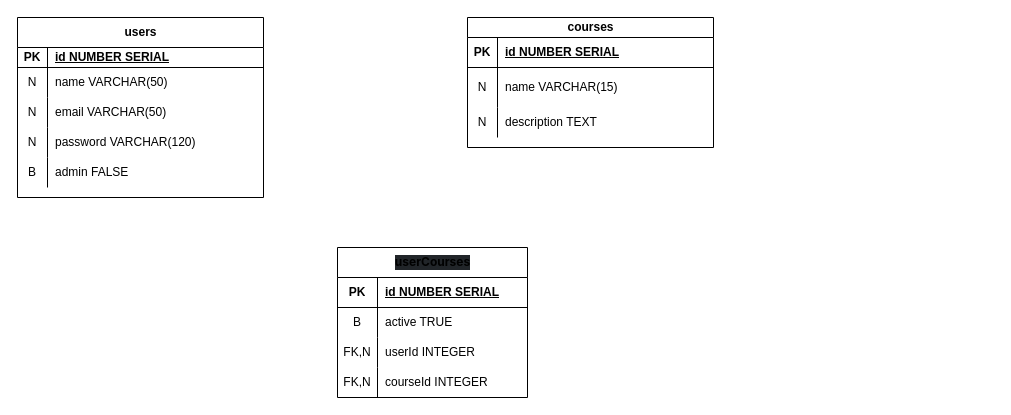
Above: Diagrama sem nome.drawio in pedrogabrielbacili/meu_primeiro_DER (draw.io), before the change. Source tidied: cells renumbered, new cells numbered last; positions are measured from the earlier drawing's top-left corner, leaving out a move shared by most shapes. Both pictures are drawn from the tidied source at 100%, with x=0, y=0 at pixel (17, 17).
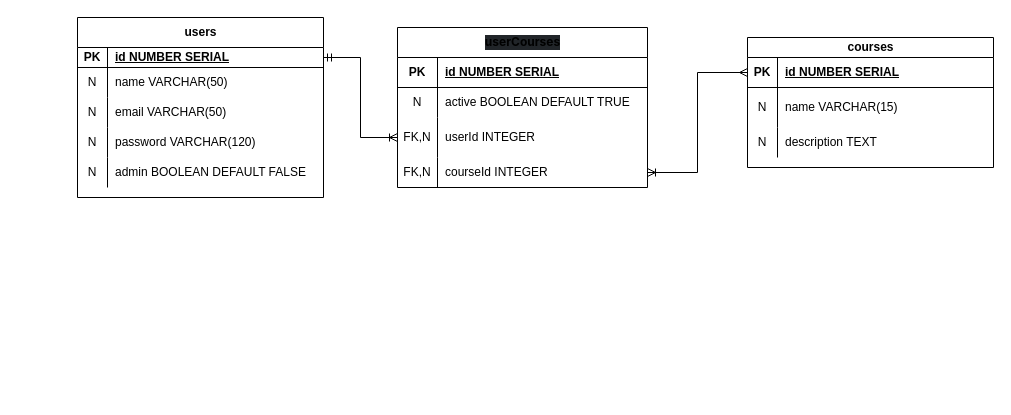
Above is the later version.

Unchanged cells that the change refers to:
```xml
<mxCell id="3" style="shape=tableRow;horizontal=0;startSize=0;swimlaneHead=0;swimlaneBody=0;fillColor=none;points=[[0,0.5],[1,0.5]];portConstraint=eastwest;top=0;left=0;right=0;bottom=1;" parent="2" vertex="1">
  <mxGeometry y="30" width="246" height="20" as="geometry" />
</mxCell>
<mxCell id="15" style="shape=tableRow;horizontal=0;startSize=0;swimlaneHead=0;swimlaneBody=0;fillColor=none;top=0;left=0;right=0;bottom=0;" parent="2" vertex="1">
  <mxGeometry y="140" width="246" height="30" as="geometry" />
</mxCell>
<mxCell id="19" style="shape=tableRow;horizontal=0;startSize=0;swimlaneHead=0;swimlaneBody=0;fillColor=none;points=[[0,0.5],[1,0.5]];portConstraint=eastwest;top=0;left=0;right=0;bottom=1;" parent="18" vertex="1">
  <mxGeometry y="20" width="246" height="30" as="geometry" />
</mxCell>
```

The edit, as a diff of the source:
```diff
@@
     <mxCell id="2" value="users" style="shape=table;startSize=30;childLayout=tableLayout;rowLines=0;fontStyle=1;align=center;html=1;" parent="1" vertex="1">
-      <mxGeometry width="246" height="180" as="geometry" />
+      <mxGeometry x="60" width="246" height="180" as="geometry" />
     </mxCell>
@@
-    <mxCell id="16" value="B" style="shape=partialRectangle;fillColor=none;top=0;left=0;bottom=0;right=0;overflow=hidden;whiteSpace=wrap;html=1;" parent="15" vertex="1">
+    <mxCell id="16" value="N" style="shape=partialRectangle;fillColor=none;top=0;left=0;bottom=0;right=0;overflow=hidden;whiteSpace=wrap;html=1;" parent="15" vertex="1">
       <mxGeometry width="30" height="30" as="geometry" />
     </mxCell>
-    <mxCell id="17" value="admin FALSE" style="shape=partialRectangle;fillColor=none;top=0;left=0;bottom=0;right=0;align=left;spacingLeft=6;overflow=hidden;whiteSpace=wrap;html=1;" parent="15" vertex="1">
+    <mxCell id="17" value="admin BOOLEAN DEFAULT FALSE" style="shape=partialRectangle;fillColor=none;top=0;left=0;bottom=0;right=0;align=left;spacingLeft=6;overflow=hidden;whiteSpace=wrap;html=1;" parent="15" vertex="1">
       <mxGeometry x="30" width="216" height="30" as="geometry" />
     </mxCell>
     <mxCell id="18" value="courses" style="shape=table;startSize=20;childLayout=tableLayout;rowLines=0;fontStyle=1;align=center;html=1;" parent="1" vertex="1">
-      <mxGeometry x="450" width="246" height="130" as="geometry" />
+      <mxGeometry x="730" y="20" width="246" height="130" as="geometry" />
     </mxCell>
@@
     <mxCell id="28" value="&lt;h4 style=&quot;margin: 0px; padding: 0px; font-family: Inter, ui-sans-serif, system-ui, -apple-system, BlinkMacSystemFont, &amp;quot;Segoe UI&amp;quot;, Roboto, &amp;quot;Helvetica Neue&amp;quot;, Arial, &amp;quot;Noto Sans&amp;quot;, sans-serif, &amp;quot;Apple Color Emoji&amp;quot;, &amp;quot;Segoe UI Emoji&amp;quot;, &amp;quot;Segoe UI Symbol&amp;quot;, &amp;quot;Noto Color emoji&amp;quot;; box-sizing: border-box; scroll-behavior: smooth; font-size: var(--fontSizes-title4); color: var(--colors-grey1); text-align: start; background-color: rgb(33, 37, 41);&quot;&gt;&lt;strong style=&quot;margin: 0px; padding: 0px; box-sizing: border-box; scroll-behavior: smooth; font-size: var(--fontSizes-text1); color: var(--colors-grey2);&quot;&gt;userCourses&lt;/strong&gt;&lt;/h4&gt;" style="shape=table;startSize=30;childLayout=tableLayout;rowLines=0;fontStyle=1;align=center;html=1;" parent="1" vertex="1">
-      <mxGeometry x="320" y="230" width="190" height="150" as="geometry" />
+      <mxGeometry x="380" y="10" width="250" height="160" as="geometry" />
     </mxCell>
     <mxCell id="29" style="shape=tableRow;horizontal=0;startSize=0;swimlaneHead=0;swimlaneBody=0;fillColor=none;top=0;left=0;right=0;bottom=1;" parent="28" vertex="1">
-      <mxGeometry y="30" width="190" height="30" as="geometry" />
+      <mxGeometry y="30" width="250" height="30" as="geometry" />
     </mxCell>
@@
     <mxCell id="31" value="id NUMBER SERIAL" style="shape=partialRectangle;fillColor=none;top=0;left=0;bottom=0;right=0;align=left;spacingLeft=6;fontStyle=5;overflow=hidden;whiteSpace=wrap;html=1;" parent="29" vertex="1">
-      <mxGeometry x="40" width="150" height="30" as="geometry" />
+      <mxGeometry x="40" width="210" height="30" as="geometry" />
     </mxCell>
     <mxCell id="32" style="shape=tableRow;horizontal=0;startSize=0;swimlaneHead=0;swimlaneBody=0;fillColor=none;top=0;left=0;right=0;bottom=0;" parent="28" vertex="1">
-      <mxGeometry y="60" width="190" height="30" as="geometry" />
+      <mxGeometry y="60" width="250" height="30" as="geometry" />
     </mxCell>
-    <mxCell id="33" value="B" style="shape=partialRectangle;fillColor=none;top=0;left=0;bottom=0;right=0;overflow=hidden;whiteSpace=wrap;html=1;" parent="32" vertex="1">
+    <mxCell id="33" value="N" style="shape=partialRectangle;fillColor=none;top=0;left=0;bottom=0;right=0;overflow=hidden;whiteSpace=wrap;html=1;" parent="32" vertex="1">
       <mxGeometry width="40" height="30" as="geometry" />
     </mxCell>
-    <mxCell id="34" value="active TRUE" style="shape=partialRectangle;fillColor=none;top=0;left=0;bottom=0;right=0;align=left;spacingLeft=6;overflow=hidden;whiteSpace=wrap;html=1;" parent="32" vertex="1">
-      <mxGeometry x="40" width="150" height="30" as="geometry" />
+    <mxCell id="34" value="active BOOLEAN DEFAULT TRUE" style="shape=partialRectangle;fillColor=none;top=0;left=0;bottom=0;right=0;align=left;spacingLeft=6;overflow=hidden;whiteSpace=wrap;html=1;" parent="32" vertex="1">
+      <mxGeometry x="40" width="210" height="30" as="geometry" />
     </mxCell>
     <mxCell id="35" style="shape=tableRow;horizontal=0;startSize=0;swimlaneHead=0;swimlaneBody=0;fillColor=none;points=[[0,0.5],[1,0.5]];portConstraint=eastwest;top=0;left=0;right=0;bottom=0;" parent="28" vertex="1">
-      <mxGeometry y="90" width="190" height="30" as="geometry" />
+      <mxGeometry y="90" width="250" height="40" as="geometry" />
     </mxCell>
     <mxCell id="36" value="FK,N" style="shape=partialRectangle;fillColor=none;top=0;left=0;bottom=0;right=0;overflow=hidden;whiteSpace=wrap;html=1;" parent="35" vertex="1">
-      <mxGeometry width="40" height="30" as="geometry" />
+      <mxGeometry width="40" height="40" as="geometry" />
     </mxCell>
     <mxCell id="37" value="userId INTEGER" style="shape=partialRectangle;fillColor=none;top=0;left=0;bottom=0;right=0;align=left;spacingLeft=6;overflow=hidden;whiteSpace=wrap;html=1;" parent="35" vertex="1">
-      <mxGeometry x="40" width="150" height="30" as="geometry" />
+      <mxGeometry x="40" width="210" height="40" as="geometry" />
     </mxCell>
     <mxCell id="38" style="shape=tableRow;horizontal=0;startSize=0;swimlaneHead=0;swimlaneBody=0;fillColor=none;points=[[0,0.5],[1,0.5]];portConstraint=eastwest;top=0;left=0;right=0;bottom=0;" parent="28" vertex="1">
-      <mxGeometry y="120" width="190" height="30" as="geometry" />
+      <mxGeometry y="130" width="250" height="30" as="geometry" />
     </mxCell>
@@
     <mxCell id="40" value="courseId INTEGER" style="shape=partialRectangle;fillColor=none;top=0;left=0;bottom=0;right=0;align=left;spacingLeft=6;overflow=hidden;whiteSpace=wrap;html=1;" parent="38" vertex="1">
-      <mxGeometry x="40" width="150" height="30" as="geometry" />
+      <mxGeometry x="40" width="210" height="30" as="geometry" />
     </mxCell>
+    <mxCell id="41" style="edgeStyle=orthogonalEdgeStyle;rounded=0;jettySize=auto;html=1;exitX=0;exitY=0.5;exitDx=0;exitDy=0;entryX=1;entryY=0.5;entryDx=0;entryDy=0;startArrow=ERmany;startFill=0;endArrow=ERoneToMany;endFill=0;" parent="1" edge="1" source="19" target="38">
+      <mxGeometry relative="1" as="geometry" />
+    </mxCell>
+    <mxCell id="42" style="edgeStyle=orthogonalEdgeStyle;rounded=0;jettySize=auto;html=1;exitX=1;exitY=0.5;exitDx=0;exitDy=0;entryX=0;entryY=0.5;entryDx=0;entryDy=0;startArrow=ERmandOne;startFill=0;endArrow=ERoneToMany;endFill=0;" parent="1" edge="1" source="3" target="35">
+      <mxGeometry relative="1" as="geometry" />
+    </mxCell>
```
